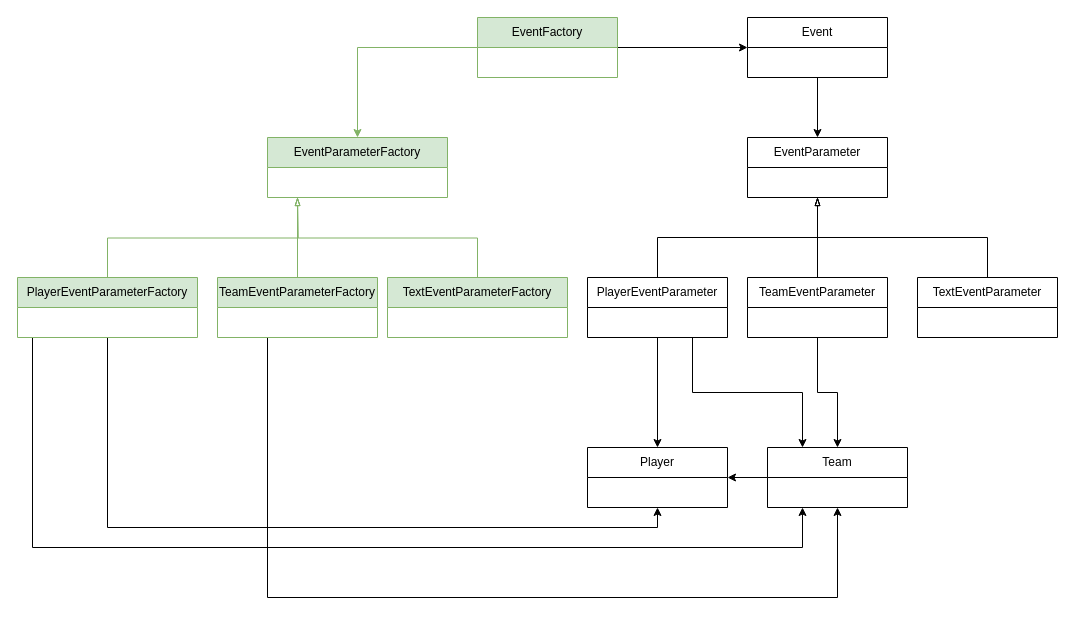
Before: src/Docs/diagrams.drawio in lurcheo/Hockey, a draw.io diagram. Source tidied: cells renumbered, new cells numbered last; positions are measured from the earlier drawing's top-left corner, leaving out a move shared by most shapes. Both pictures are drawn from the tidied source at 100%, with x=0, y=0 at pixel (17, 17).
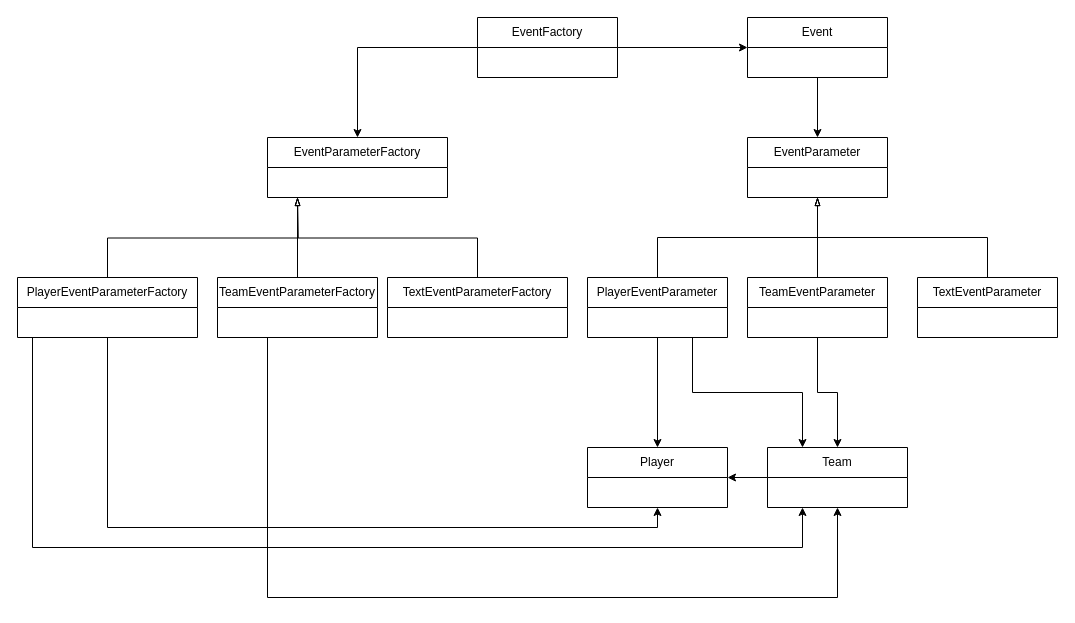
Above is the later version.

Diff of the diagram source:
```diff
@@
-    <mxCell id="18" style="edgeStyle=orthogonalEdgeStyle;rounded=0;jettySize=auto;html=1;exitX=0;exitY=0.5;exitDx=0;exitDy=0;entryX=0.5;entryY=0;entryDx=0;entryDy=0;fillColor=#d5e8d4;strokeColor=#82b366;" parent="1" edge="1" source="19" target="20">
+    <mxCell id="18" style="edgeStyle=orthogonalEdgeStyle;rounded=0;jettySize=auto;html=1;exitX=0;exitY=0.5;exitDx=0;exitDy=0;entryX=0.5;entryY=0;entryDx=0;entryDy=0;" parent="1" edge="1" source="19" target="20">
       <mxGeometry relative="1" as="geometry" />
     </mxCell>
-    <mxCell id="19" value="EventFactory" style="swimlane;fontStyle=0;horizontal=1;startSize=30;whiteSpace=wrap;html=1;fillColor=#d5e8d4;strokeColor=#82b366;" parent="1" vertex="1">
+    <mxCell id="19" value="EventFactory" style="swimlane;fontStyle=0;horizontal=1;startSize=30;whiteSpace=wrap;html=1;" parent="1" vertex="1">
       <mxGeometry x="460" width="140" height="60" as="geometry" />
     </mxCell>
-    <mxCell id="20" value="EventParameterFactory" style="swimlane;fontStyle=0;horizontal=1;startSize=30;whiteSpace=wrap;html=1;fillColor=#d5e8d4;strokeColor=#82b366;" parent="1" vertex="1">
+    <mxCell id="20" value="EventParameterFactory" style="swimlane;fontStyle=0;horizontal=1;startSize=30;whiteSpace=wrap;html=1;" parent="1" vertex="1">
       <mxGeometry x="250" y="120" width="180" height="60" as="geometry" />
     </mxCell>
-    <mxCell id="21" style="edgeStyle=orthogonalEdgeStyle;rounded=0;jettySize=auto;html=1;exitX=0.5;exitY=0;exitDx=0;exitDy=0;entryX=0.5;entryY=1;entryDx=0;entryDy=0;startArrow=none;startFill=0;endArrow=blockThin;endFill=0;fillColor=#d5e8d4;strokeColor=#82b366;" parent="1" edge="1" source="24">
+    <mxCell id="21" style="edgeStyle=orthogonalEdgeStyle;rounded=0;jettySize=auto;html=1;exitX=0.5;exitY=0;exitDx=0;exitDy=0;entryX=0.5;entryY=1;entryDx=0;entryDy=0;startArrow=none;startFill=0;endArrow=blockThin;endFill=0;" parent="1" edge="1" source="24">
       <mxGeometry relative="1" as="geometry">
         <mxPoint x="280" y="180" as="targetPoint" />
       </mxGeometry>
     </mxCell>
@@
-    <mxCell id="24" value="PlayerEventParameterFactory" style="swimlane;fontStyle=0;horizontal=1;startSize=30;whiteSpace=wrap;html=1;fillColor=#d5e8d4;strokeColor=#82b366;" parent="1" vertex="1">
+    <mxCell id="24" value="PlayerEventParameterFactory" style="swimlane;fontStyle=0;horizontal=1;startSize=30;whiteSpace=wrap;html=1;" parent="1" vertex="1">
       <mxGeometry y="260" width="180" height="60" as="geometry" />
     </mxCell>
-    <mxCell id="25" style="edgeStyle=orthogonalEdgeStyle;rounded=0;jettySize=auto;html=1;exitX=0.5;exitY=0;exitDx=0;exitDy=0;entryX=0.5;entryY=1;entryDx=0;entryDy=0;startArrow=none;startFill=0;endArrow=blockThin;endFill=0;fillColor=#d5e8d4;strokeColor=#82b366;" parent="1" edge="1" source="27">
+    <mxCell id="25" style="edgeStyle=orthogonalEdgeStyle;rounded=0;jettySize=auto;html=1;exitX=0.5;exitY=0;exitDx=0;exitDy=0;entryX=0.5;entryY=1;entryDx=0;entryDy=0;startArrow=none;startFill=0;endArrow=blockThin;endFill=0;" parent="1" edge="1" source="27">
       <mxGeometry relative="1" as="geometry">
         <mxPoint x="280" y="180" as="targetPoint" />
       </mxGeometry>
     </mxCell>
@@
-    <mxCell id="27" value="TeamEventParameterFactory" style="swimlane;fontStyle=0;horizontal=1;startSize=30;whiteSpace=wrap;html=1;fillColor=#d5e8d4;strokeColor=#82b366;" parent="1" vertex="1">
+    <mxCell id="27" value="TeamEventParameterFactory" style="swimlane;fontStyle=0;horizontal=1;startSize=30;whiteSpace=wrap;html=1;" parent="1" vertex="1">
       <mxGeometry x="200" y="260" width="160" height="60" as="geometry" />
     </mxCell>
-    <mxCell id="28" style="edgeStyle=orthogonalEdgeStyle;rounded=0;jettySize=auto;html=1;exitX=0.5;exitY=0;exitDx=0;exitDy=0;entryX=0.5;entryY=1;entryDx=0;entryDy=0;startArrow=none;startFill=0;endArrow=blockThin;endFill=0;fillColor=#d5e8d4;strokeColor=#82b366;" parent="1" edge="1" source="29">
+    <mxCell id="28" style="edgeStyle=orthogonalEdgeStyle;rounded=0;jettySize=auto;html=1;exitX=0.5;exitY=0;exitDx=0;exitDy=0;entryX=0.5;entryY=1;entryDx=0;entryDy=0;startArrow=none;startFill=0;endArrow=blockThin;endFill=0;" parent="1" edge="1" source="29">
       <mxGeometry relative="1" as="geometry">
         <mxPoint x="280" y="180" as="targetPoint" />
       </mxGeometry>
     </mxCell>
-    <mxCell id="29" value="TextEventParameterFactory" style="swimlane;fontStyle=0;horizontal=1;startSize=30;whiteSpace=wrap;html=1;fillColor=#d5e8d4;strokeColor=#82b366;" parent="1" vertex="1">
+    <mxCell id="29" value="TextEventParameterFactory" style="swimlane;fontStyle=0;horizontal=1;startSize=30;whiteSpace=wrap;html=1;" parent="1" vertex="1">
       <mxGeometry x="370" y="260" width="180" height="60" as="geometry" />
     </mxCell>
```
